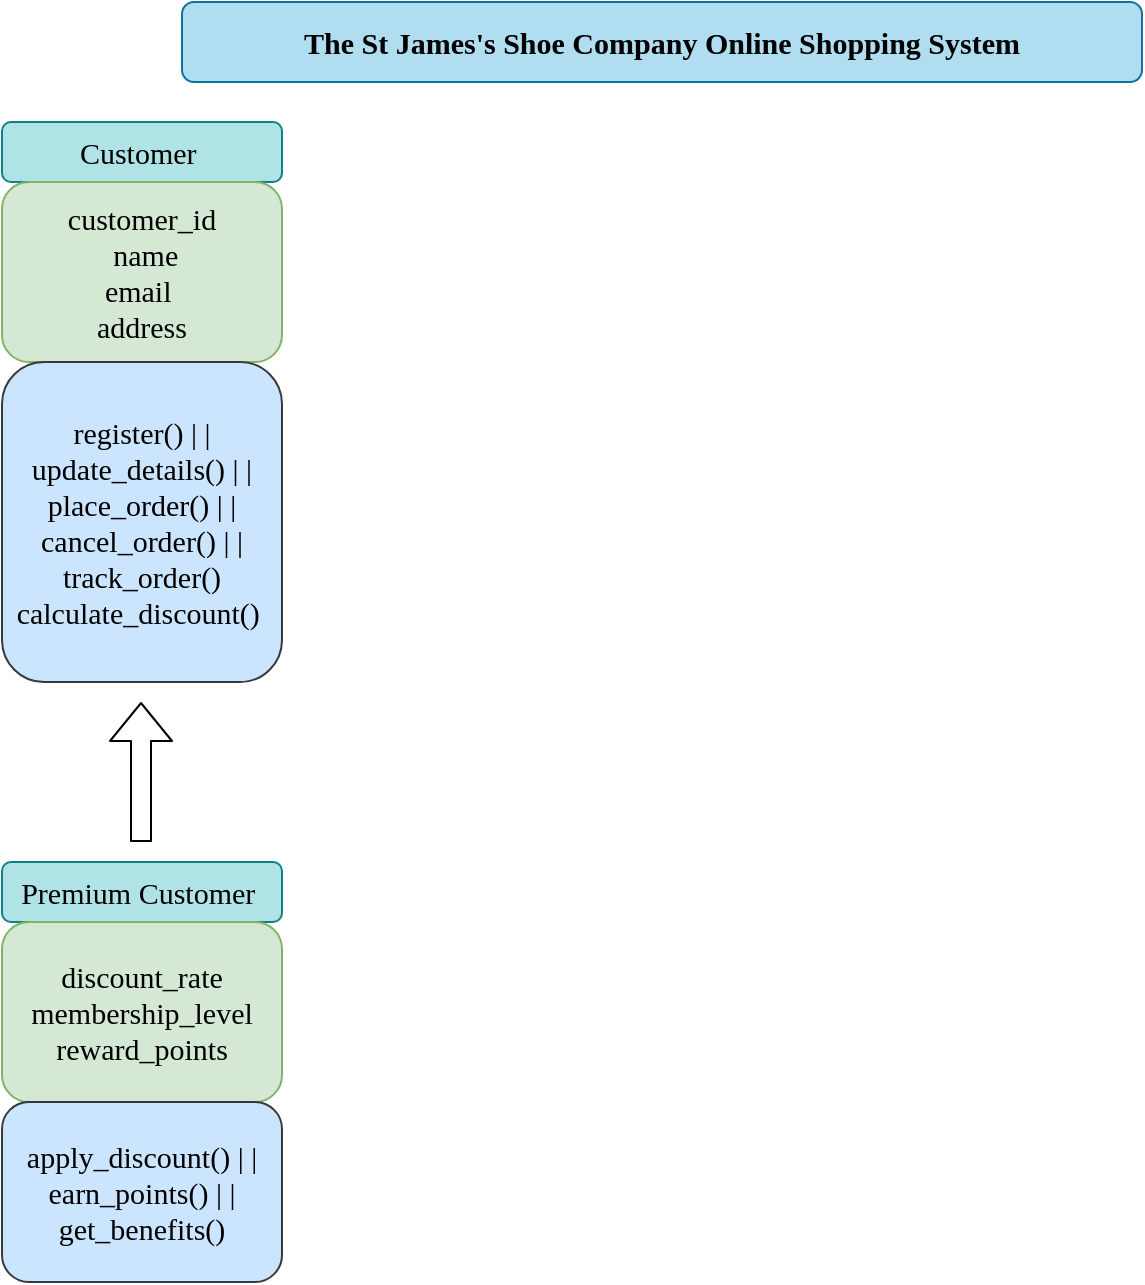
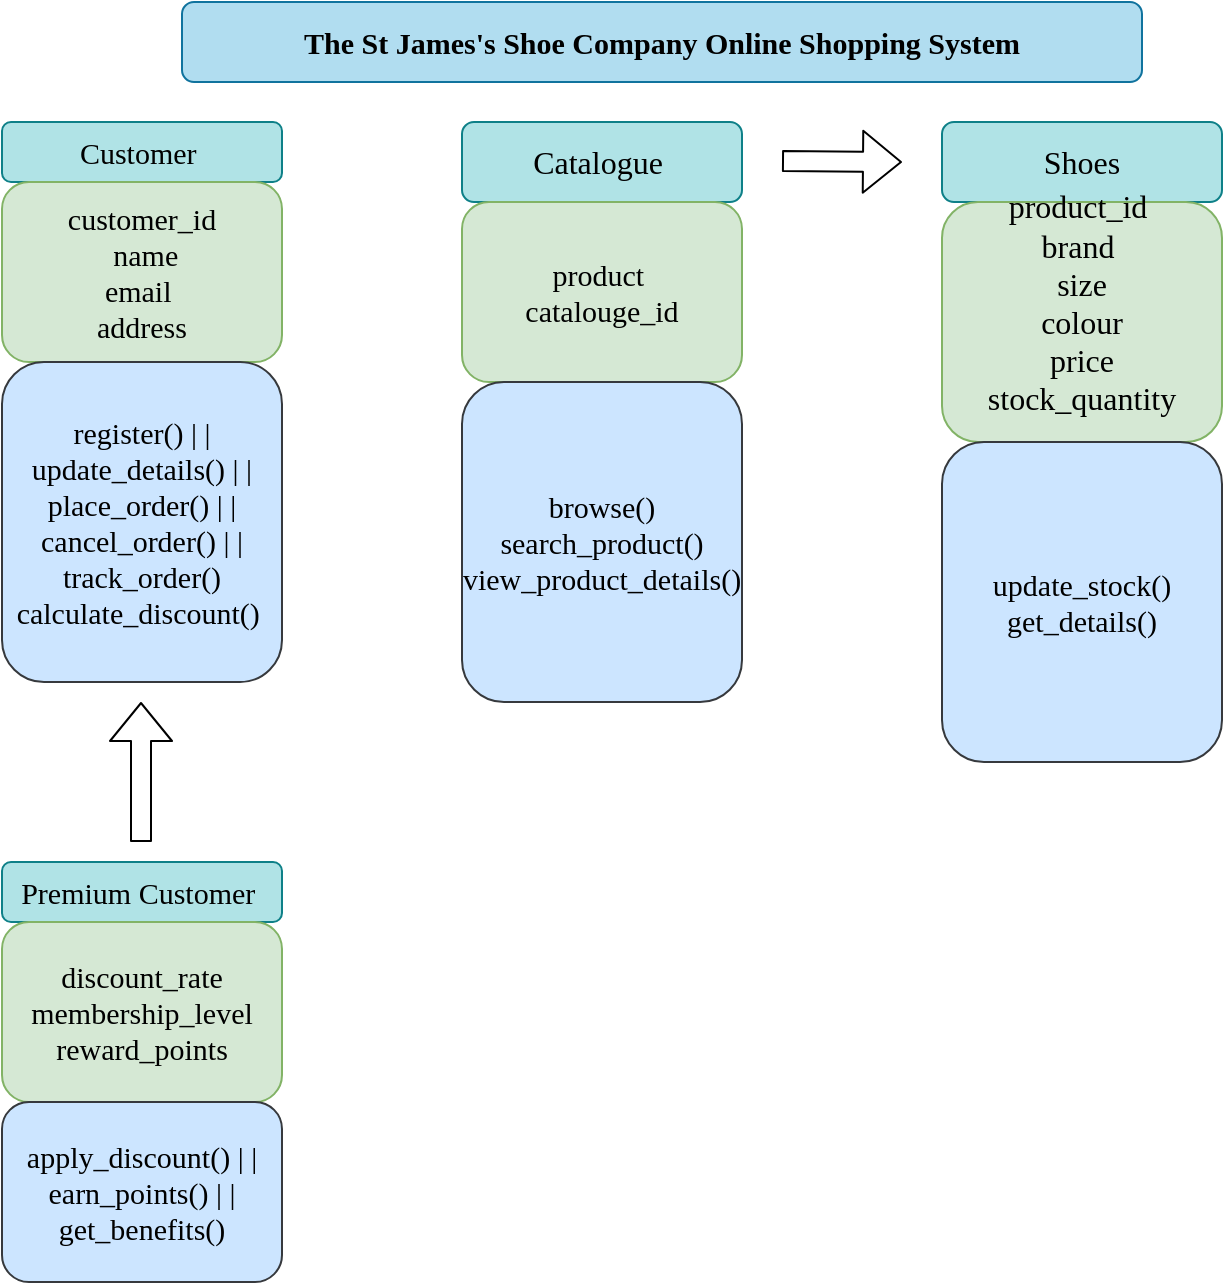
<mxfile host="app.diagrams.net">
  <diagram name="Page-1" id="zBQsa7cZHyROo2B0buzC">
    <mxGraphModel dx="718" dy="505" grid="1" gridSize="10" guides="1" tooltips="1" connect="1" arrows="1" fold="1" page="1" pageScale="1" pageWidth="1654" pageHeight="2336" background="#FFFFFF" math="0" shadow="0">
      <root>
        <mxCell id="0" />
        <mxCell id="1" parent="0" />
        <mxCell id="wbyo3HuhCAC_yU22lBOG-1" parent="1" style="rounded=1;whiteSpace=wrap;html=1;fillColor=#b1ddf0;strokeColor=#10739e;fontFamily=Times New Roman;fontStyle=1;fontSize=15;" value="&lt;span data-token-index=&quot;0&quot; class=&quot;notion-enable-hover&quot; style=&quot;text-align: start;&quot;&gt;The St James&#39;s Shoe Company Online Shopping System&lt;/span&gt;" vertex="1">
          <mxGeometry height="40" width="480" x="110" y="20" as="geometry" />
        </mxCell>
        <mxCell id="wbyo3HuhCAC_yU22lBOG-4" edge="1" parent="1" source="wbyo3HuhCAC_yU22lBOG-2" style="edgeStyle=orthogonalEdgeStyle;rounded=1;orthogonalLoop=1;jettySize=auto;html=1;fontFamily=Times New Roman;fontSize=15;" target="wbyo3HuhCAC_yU22lBOG-3" value="">
          <mxGeometry relative="1" as="geometry" />
        </mxCell>
        <mxCell id="wbyo3HuhCAC_yU22lBOG-2" parent="1" style="rounded=1;whiteSpace=wrap;html=1;fillColor=#b0e3e6;strokeColor=#0e8088;fontFamily=Times New Roman;fontSize=15;" value="&lt;span style=&quot;text-align: start;&quot;&gt;Customer&amp;nbsp;&lt;/span&gt;" vertex="1">
          <mxGeometry height="30" width="140" x="20" y="80" as="geometry" />
        </mxCell>
        <mxCell id="wbyo3HuhCAC_yU22lBOG-3" parent="1" style="whiteSpace=wrap;html=1;rounded=1;fillColor=#d5e8d4;strokeColor=#82b366;fontFamily=Times New Roman;fontSize=15;" value="&lt;span style=&quot;text-align: start;&quot;&gt;customer_id&lt;/span&gt;&lt;div&gt;&lt;span style=&quot;text-align: start;&quot;&gt;&amp;nbsp; name&amp;nbsp;&lt;/span&gt;&lt;/div&gt;&lt;div&gt;&lt;span style=&quot;text-align: start;&quot;&gt;email&amp;nbsp;&lt;/span&gt;&lt;/div&gt;&lt;div&gt;&lt;span style=&quot;text-align: start;&quot;&gt;address&lt;/span&gt;&lt;/div&gt;" vertex="1">
          <mxGeometry height="90" width="140" x="20" y="110" as="geometry" />
        </mxCell>
        <mxCell id="wbyo3HuhCAC_yU22lBOG-5" parent="1" style="rounded=1;whiteSpace=wrap;html=1;fillColor=#cce5ff;strokeColor=#36393d;fontFamily=Times New Roman;fontSize=15;" value="&lt;span style=&quot;caret-color: rgb(0, 0, 0); color: rgb(0, 0, 0); font-style: normal; font-variant-caps: normal; font-weight: 400; letter-spacing: normal; orphans: 2; text-align: start; text-indent: 0px; text-transform: none; white-space: normal; widows: 2; word-spacing: 0px; -webkit-text-stroke-width: 0px; text-decoration: none; float: none; display: inline !important;&quot;&gt;register() | | update_details() | | place_order() | | cancel_order() | | track_order() calculate_discount()&lt;span class=&quot;Apple-converted-space&quot;&gt;&amp;nbsp;&lt;/span&gt;&lt;/span&gt;" vertex="1">
          <mxGeometry height="160" width="140" x="20" y="200" as="geometry" />
        </mxCell>
        <mxCell id="wbyo3HuhCAC_yU22lBOG-6" edge="1" parent="1" style="shape=flexArrow;endArrow=classic;html=1;rounded=1;fontFamily=Times New Roman;fontSize=15;" value="">
          <mxGeometry height="50" relative="1" width="50" as="geometry">
            <Array as="points" />
            <mxPoint x="89.5" y="440" as="sourcePoint" />
            <mxPoint x="89.5" y="370" as="targetPoint" />
          </mxGeometry>
        </mxCell>
        <mxCell id="wbyo3HuhCAC_yU22lBOG-7" parent="1" style="rounded=1;whiteSpace=wrap;html=1;fillColor=#b0e3e6;strokeColor=#0e8088;fontFamily=Times New Roman;fontSize=15;" value="&lt;font&gt;Premium Customer&amp;nbsp;&lt;/font&gt;" vertex="1">
          <mxGeometry height="30" width="140" x="20" y="450" as="geometry" />
        </mxCell>
        <mxCell id="wbyo3HuhCAC_yU22lBOG-8" parent="1" style="rounded=1;whiteSpace=wrap;html=1;fontFamily=Times New Roman;fontSize=15;fillColor=#d5e8d4;strokeColor=#82b366;" value="&lt;span style=&quot;text-align: start;&quot;&gt;discount_rate membership_level &amp;nbsp;reward_points&amp;nbsp;&lt;/span&gt;" vertex="1">
          <mxGeometry height="90" width="140" x="20" y="480" as="geometry" />
        </mxCell>
        <mxCell id="wbyo3HuhCAC_yU22lBOG-9" parent="1" style="rounded=1;whiteSpace=wrap;html=1;fontFamily=Times New Roman;fontSize=15;fillColor=#cce5ff;strokeColor=#36393d;" value="&lt;span style=&quot;caret-color: rgb(0, 0, 0); color: rgb(0, 0, 0); font-style: normal; font-variant-caps: normal; font-weight: 400; letter-spacing: normal; orphans: 2; text-align: start; text-indent: 0px; text-transform: none; white-space: normal; widows: 2; word-spacing: 0px; -webkit-text-stroke-width: 0px; text-decoration: none; float: none; display: inline !important;&quot;&gt;apply_discount() | | earn_points() | | get_benefits()&lt;/span&gt;" vertex="1">
          <mxGeometry height="90" width="140" x="20" y="570" as="geometry" />
        </mxCell>
+         <mxCell id="wbyo3HuhCAC_yU22lBOG-10" parent="1" style="rounded=1;whiteSpace=wrap;html=1;fillColor=#b0e3e6;strokeColor=#0e8088;" value="&lt;span style=&quot;font-family: -webkit-standard; font-size: medium; text-align: start;&quot;&gt;Catalogue&amp;nbsp;&lt;/span&gt;" vertex="1">
+           <mxGeometry height="40" width="140" x="250" y="80" as="geometry" />
+         </mxCell>
+         <mxCell id="wbyo3HuhCAC_yU22lBOG-11" parent="1" style="whiteSpace=wrap;html=1;rounded=1;fillColor=#d5e8d4;strokeColor=#82b366;fontFamily=Times New Roman;fontSize=15;" value="product&amp;nbsp;&lt;div&gt;catalouge_id&lt;/div&gt;" vertex="1">
+           <mxGeometry height="90" width="140" x="250" y="120" as="geometry" />
+         </mxCell>
+         <mxCell id="wbyo3HuhCAC_yU22lBOG-12" parent="1" style="rounded=1;whiteSpace=wrap;html=1;fillColor=#cce5ff;strokeColor=#36393d;fontFamily=Times New Roman;fontSize=15;" value="browse()&lt;div&gt;search_product()&lt;/div&gt;&lt;div&gt;view_product_details()&lt;/div&gt;" vertex="1">
+           <mxGeometry height="160" width="140" x="250" y="210" as="geometry" />
+         </mxCell>
+         <mxCell id="wbyo3HuhCAC_yU22lBOG-13" edge="1" parent="1" style="shape=flexArrow;endArrow=classic;html=1;rounded=1;" value="">
+           <mxGeometry height="50" relative="1" width="50" as="geometry">
+             <mxPoint x="410" y="99.5" as="sourcePoint" />
+             <mxPoint x="470" y="100" as="targetPoint" />
+           </mxGeometry>
+         </mxCell>
+         <mxCell id="wbyo3HuhCAC_yU22lBOG-14" parent="1" style="rounded=1;whiteSpace=wrap;html=1;fillColor=#b0e3e6;strokeColor=#0e8088;" value="&lt;span style=&quot;font-family: -webkit-standard; font-size: medium; text-align: start;&quot;&gt;Shoes&lt;/span&gt;" vertex="1">
+           <mxGeometry height="40" width="140" x="490" y="80" as="geometry" />
+         </mxCell>
+         <mxCell id="wbyo3HuhCAC_yU22lBOG-15" parent="1" style="whiteSpace=wrap;html=1;rounded=1;fillColor=#d5e8d4;strokeColor=#82b366;fontFamily=Times New Roman;fontSize=15;" value="&lt;span style=&quot;font-family: -webkit-standard; font-size: medium; text-align: start;&quot;&gt;product_id&amp;nbsp;&lt;/span&gt;&lt;br&gt;&lt;div&gt;&lt;span style=&quot;font-family: -webkit-standard; font-size: medium; text-align: start;&quot;&gt;brand&amp;nbsp;&lt;/span&gt;&lt;span style=&quot;font-family: -webkit-standard; font-size: medium; text-align: start;&quot;&gt;&lt;br&gt;&lt;/span&gt;&lt;/div&gt;&lt;div&gt;&lt;span style=&quot;font-family: -webkit-standard; font-size: medium; text-align: start;&quot;&gt;size&lt;/span&gt;&lt;/div&gt;&lt;div&gt;&lt;span style=&quot;font-family: -webkit-standard; font-size: medium; text-align: start;&quot;&gt;colour&lt;/span&gt;&lt;/div&gt;&lt;div&gt;&lt;span style=&quot;font-family: -webkit-standard; font-size: medium; text-align: start;&quot;&gt;price&lt;/span&gt;&lt;/div&gt;&lt;div&gt;&lt;span style=&quot;font-family: -webkit-standard; font-size: medium; text-align: start;&quot;&gt;stock_quantity&lt;/span&gt;&lt;/div&gt;&lt;div&gt;&lt;span style=&quot;font-family: -webkit-standard; font-size: medium; text-align: start;&quot;&gt;&lt;br&gt;&lt;/span&gt;&lt;/div&gt;" vertex="1">
+           <mxGeometry height="120" width="140" x="490" y="120" as="geometry" />
+         </mxCell>
+         <mxCell id="wbyo3HuhCAC_yU22lBOG-16" parent="1" style="rounded=1;whiteSpace=wrap;html=1;fillColor=#cce5ff;strokeColor=#36393d;fontFamily=Times New Roman;fontSize=15;" value="update_stock()&lt;div&gt;get_details()&lt;/div&gt;" vertex="1">
+           <mxGeometry height="160" width="140" x="490" y="240" as="geometry" />
+         </mxCell>
      </root>
    </mxGraphModel>
  </diagram>
</mxfile>
